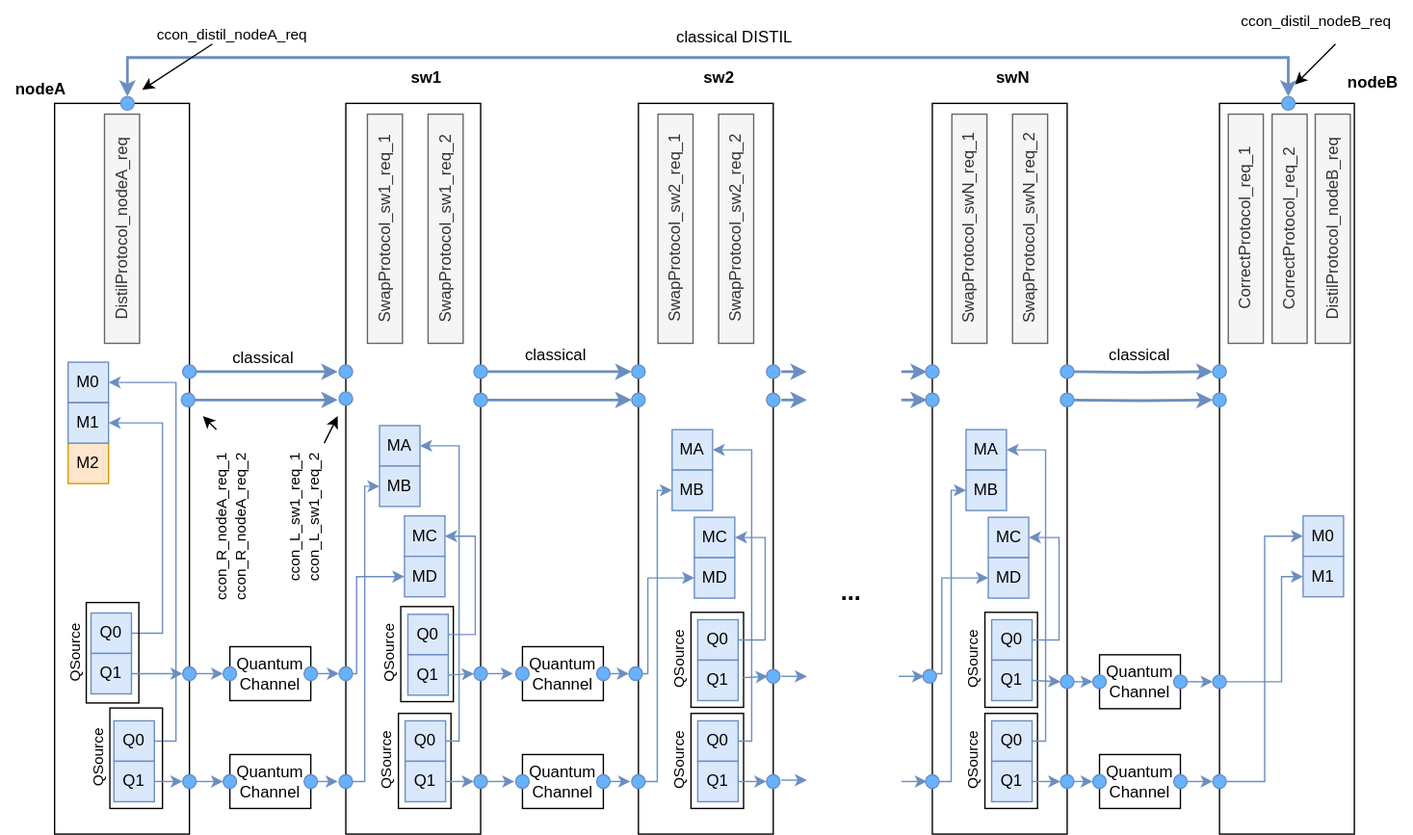
Above: Diagramas/Red/tec-path_con_distil.svg in davidpcuvigo/quantumcity (draw.io), before the change. Source tidied: cells renumbered, new cells last; positions are measured from the earlier drawing's top-left corner, leaving out a move shared by most shapes.
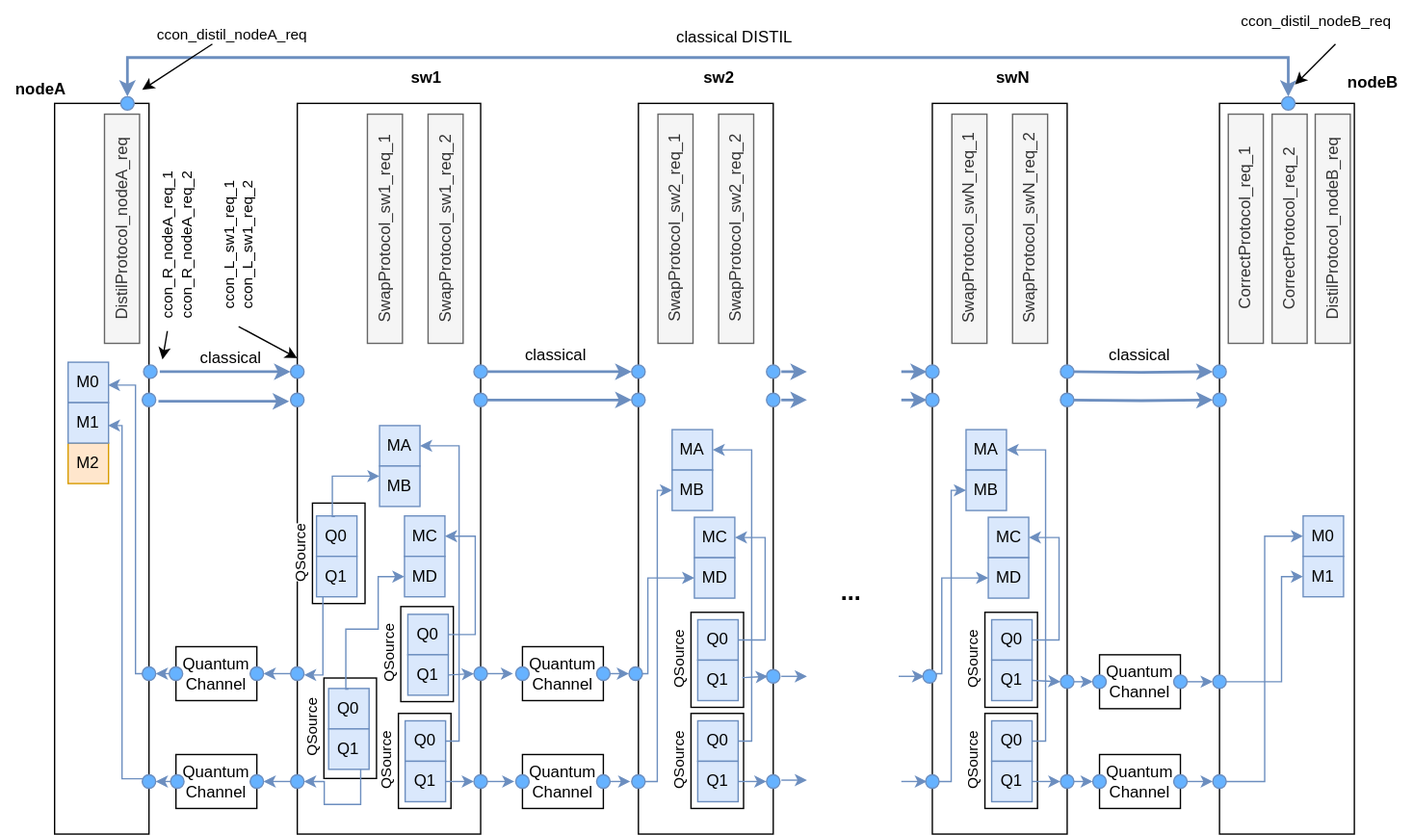
After the commit.

What changed in the source:
```diff
@@ -5,3 +5,3 @@
     <mxCell id="2" style="rounded=0;whiteSpace=wrap;html=1;" parent="1" vertex="1">
-      <mxGeometry x="40" y="76" width="100" height="542" as="geometry" />
+      <mxGeometry x="40" y="76" width="70" height="542" as="geometry" />
     </mxCell>
@@ -19,52 +19,19 @@
     </mxCell>
-    <mxCell id="7" style="edgeStyle=orthogonalEdgeStyle;rounded=0;jettySize=auto;html=1;exitX=1;exitY=0.5;exitDx=0;exitDy=0;entryX=1;entryY=0.5;entryDx=0;entryDy=0;fillColor=#dae8fc;strokeColor=#6c8ebf;" parent="1" edge="1" source="8" target="5">
-      <mxGeometry relative="1" as="geometry">
-        <Array as="points">
-          <mxPoint x="130" y="549" />
-          <mxPoint x="130" y="283" />
-        </Array>
-      </mxGeometry>
-    </mxCell>
-    <mxCell id="8" value="Q0" style="rounded=0;whiteSpace=wrap;html=1;fillColor=#dae8fc;strokeColor=#6c8ebf;" parent="1" vertex="1">
-      <mxGeometry x="84" y="534" width="30" height="30" as="geometry" />
-    </mxCell>
-    <mxCell id="9" value="&lt;div&gt;&lt;font style=&quot;font-size: 11px;&quot;&gt;QSource&lt;/font&gt;&lt;br&gt;&lt;/div&gt;" style="rounded=0;whiteSpace=wrap;html=1;rotation=-90;fillColor=none;labelPosition=center;verticalLabelPosition=top;align=center;verticalAlign=bottom;labelBackgroundColor=default;" parent="1" vertex="1">
-      <mxGeometry x="63.2" y="542.2" width="74.5" height="39" as="geometry" />
-    </mxCell>
-    <mxCell id="10" style="edgeStyle=orthogonalEdgeStyle;rounded=0;jettySize=auto;html=1;exitX=1;exitY=0.5;exitDx=0;exitDy=0;entryX=0;entryY=0.5;entryDx=0;entryDy=0;fillColor=#dae8fc;strokeColor=#6c8ebf;" parent="1" edge="1" source="11" target="13">
-      <mxGeometry relative="1" as="geometry" />
-    </mxCell>
-    <mxCell id="11" value="Q1" style="rounded=0;whiteSpace=wrap;html=1;fillColor=#dae8fc;strokeColor=#6c8ebf;" parent="1" vertex="1">
-      <mxGeometry x="84" y="564" width="30" height="30" as="geometry" />
-    </mxCell>
-    <mxCell id="12" style="edgeStyle=orthogonalEdgeStyle;rounded=0;jettySize=auto;html=1;exitX=1;exitY=0.5;exitDx=0;exitDy=0;entryX=0;entryY=0.5;entryDx=0;entryDy=0;fillColor=#dae8fc;strokeColor=#6c8ebf;" parent="1" edge="1" source="13" target="17">
+    <mxCell id="12" style="edgeStyle=orthogonalEdgeStyle;rounded=0;jettySize=auto;html=1;exitX=1;exitY=0.5;exitDx=0;exitDy=0;entryX=0;entryY=0.5;entryDx=0;entryDy=0;fillColor=#dae8fc;strokeColor=#6c8ebf;startArrow=classic;startFill=1;endArrow=none;endFill=0;" parent="1" edge="1" source="13" target="17">
       <mxGeometry relative="1" as="geometry" />
     </mxCell>
-    <mxCell id="13" style="ellipse;whiteSpace=wrap;html=1;fillColor=#66B2FF;strokeColor=#6c8ebf;" parent="1" vertex="1">
-      <mxGeometry x="135" y="574" width="10" height="10" as="geometry" />
-    </mxCell>
-    <mxCell id="14" style="edgeStyle=orthogonalEdgeStyle;rounded=0;jettySize=auto;html=1;exitX=1;exitY=0.5;exitDx=0;exitDy=0;fillColor=#dae8fc;strokeColor=#6c8ebf;strokeWidth=2;" parent="1" edge="1" source="15">
-      <mxGeometry relative="1" as="geometry">
-        <mxPoint x="250" y="275" as="targetPoint" />
-      </mxGeometry>
-    </mxCell>
     <mxCell id="15" style="ellipse;whiteSpace=wrap;html=1;fillColor=#66B2FF;strokeColor=#6c8ebf;" parent="1" vertex="1">
-      <mxGeometry x="135" y="270" width="10" height="10" as="geometry" />
+      <mxGeometry x="106" y="270" width="10" height="10" as="geometry" />
     </mxCell>
     <mxCell id="16" value="Quantum&lt;div&gt;Channel&lt;/div&gt;" style="rounded=0;whiteSpace=wrap;html=1;" parent="1" vertex="1">
-      <mxGeometry x="170" y="559" width="60" height="40" as="geometry" />
+      <mxGeometry x="130" y="559" width="60" height="40" as="geometry" />
     </mxCell>
     <mxCell id="17" style="ellipse;whiteSpace=wrap;html=1;fillColor=#66B2FF;strokeColor=#6c8ebf;" parent="1" vertex="1">
-      <mxGeometry x="165" y="574" width="10" height="10" as="geometry" />
+      <mxGeometry x="126" y="574" width="10" height="10" as="geometry" />
     </mxCell>
-    <mxCell id="18" style="edgeStyle=orthogonalEdgeStyle;rounded=0;jettySize=auto;html=1;exitX=1;exitY=0.5;exitDx=0;exitDy=0;fillColor=#dae8fc;strokeColor=#6c8ebf;" parent="1" edge="1" source="19">
-      <mxGeometry relative="1" as="geometry">
-        <mxPoint x="250" y="579" as="targetPoint" />
-      </mxGeometry>
-    </mxCell>
     <mxCell id="19" style="ellipse;whiteSpace=wrap;html=1;fillColor=#66B2FF;strokeColor=#6c8ebf;" parent="1" vertex="1">
-      <mxGeometry x="225" y="574" width="10" height="10" as="geometry" />
+      <mxGeometry x="185" y="574" width="10" height="10" as="geometry" />
     </mxCell>
     <mxCell id="20" style="rounded=0;whiteSpace=wrap;html=1;" parent="1" vertex="1">
-      <mxGeometry x="256" y="76" width="100" height="542" as="geometry" />
+      <mxGeometry x="220" y="76" width="136" height="542" as="geometry" />
     </mxCell>
@@ -113,15 +80,7 @@
     </mxCell>
-    <mxCell id="33" style="edgeStyle=orthogonalEdgeStyle;rounded=0;jettySize=auto;html=1;exitX=1;exitY=0.5;exitDx=0;exitDy=0;entryX=0;entryY=0.5;entryDx=0;entryDy=0;fillColor=#dae8fc;strokeColor=#6c8ebf;" parent="1" edge="1" source="34" target="23">
-      <mxGeometry relative="1" as="geometry">
-        <Array as="points">
-          <mxPoint x="270" y="579" />
-          <mxPoint x="270" y="360" />
-        </Array>
-      </mxGeometry>
-    </mxCell>
     <mxCell id="34" style="ellipse;whiteSpace=wrap;html=1;fillColor=#66B2FF;strokeColor=#6c8ebf;" parent="1" vertex="1">
-      <mxGeometry x="251" y="574" width="10" height="10" as="geometry" />
+      <mxGeometry x="215" y="574" width="10" height="10" as="geometry" />
     </mxCell>
     <mxCell id="35" style="ellipse;whiteSpace=wrap;html=1;fillColor=#66B2FF;strokeColor=#6c8ebf;" parent="1" vertex="1">
-      <mxGeometry x="251" y="270" width="10" height="10" as="geometry" />
+      <mxGeometry x="215" y="270" width="10" height="10" as="geometry" />
     </mxCell>
@@ -247,3 +206,3 @@
     <mxCell id="69" value="classical" style="text;html=1;align=center;verticalAlign=middle;whiteSpace=wrap;rounded=0;" parent="1" vertex="1">
-      <mxGeometry x="165" y="250" width="60" height="30" as="geometry" />
+      <mxGeometry x="140.8" y="250" width="60" height="30" as="geometry" />
     </mxCell>
@@ -256,78 +215,45 @@
     <mxCell id="72" value="ccon_L_sw1_req_1&lt;div&gt;ccon_L_sw1_req_2&lt;br&gt;&lt;/div&gt;" style="text;html=1;align=center;verticalAlign=middle;whiteSpace=wrap;rounded=0;fontSize=11;rotation=-90;" parent="1" vertex="1">
-      <mxGeometry x="165" y="368" width="121" height="30" as="geometry" />
+      <mxGeometry x="116" y="166" width="121" height="30" as="geometry" />
     </mxCell>
     <mxCell id="73" value="ccon_R_nodeA_req_1&lt;div&gt;ccon_R_nodeA_req_2&lt;br&gt;&lt;/div&gt;" style="text;html=1;align=center;verticalAlign=middle;whiteSpace=wrap;rounded=0;fontSize=11;rotation=-90;" parent="1" vertex="1">
-      <mxGeometry x="107.2" y="375" width="127.8" height="30" as="geometry" />
+      <mxGeometry x="67.2" y="166" width="127.8" height="30" as="geometry" />
     </mxCell>
-    <mxCell id="74" style="endArrow=classic;html=1;rounded=0;" parent="1" edge="1">
+    <mxCell id="74" style="endArrow=classic;html=1;rounded=0;exitX=0;exitY=0.25;exitDx=0;exitDy=0;" parent="1" edge="1" source="73">
       <mxGeometry relative="1" as="geometry">
-        <mxPoint x="160" y="318" as="sourcePoint" />
-        <mxPoint x="150" y="308" as="targetPoint" />
+        <mxPoint x="120" y="266" as="targetPoint" />
       </mxGeometry>
     </mxCell>
-    <mxCell id="75" style="endArrow=classic;html=1;rounded=0;" parent="1" edge="1">
+    <mxCell id="75" style="endArrow=classic;html=1;rounded=0;exitX=0;exitY=0.5;exitDx=0;exitDy=0;" parent="1" edge="1" source="72">
       <mxGeometry relative="1" as="geometry">
-        <mxPoint x="240" y="328" as="sourcePoint" />
-        <mxPoint x="250" y="308" as="targetPoint" />
+        <mxPoint x="220" y="265" as="targetPoint" />
       </mxGeometry>
     </mxCell>
-    <mxCell id="76" style="edgeStyle=orthogonalEdgeStyle;rounded=0;jettySize=auto;html=1;exitX=1;exitY=0.5;exitDx=0;exitDy=0;entryX=1;entryY=0.5;entryDx=0;entryDy=0;fillColor=#dae8fc;strokeColor=#6c8ebf;" parent="1" edge="1" source="77" target="6">
-      <mxGeometry relative="1" as="geometry">
-        <Array as="points">
-          <mxPoint x="120" y="469" />
-          <mxPoint x="120" y="313" />
-        </Array>
-      </mxGeometry>
-    </mxCell>
     <mxCell id="77" value="Q0" style="rounded=0;whiteSpace=wrap;html=1;fillColor=#dae8fc;strokeColor=#6c8ebf;" parent="1" vertex="1">
-      <mxGeometry x="67" y="454" width="30" height="30" as="geometry" />
+      <mxGeometry x="243.2" y="510" width="30" height="30" as="geometry" />
     </mxCell>
     <mxCell id="78" value="&lt;div&gt;&lt;font style=&quot;font-size: 11px;&quot;&gt;QSource&lt;/font&gt;&lt;br&gt;&lt;/div&gt;" style="rounded=0;whiteSpace=wrap;html=1;rotation=-90;fillColor=none;labelPosition=center;verticalLabelPosition=top;align=center;verticalAlign=bottom;labelBackgroundColor=default;" parent="1" vertex="1">
-      <mxGeometry x="45.8" y="464" width="74.5" height="39" as="geometry" />
+      <mxGeometry x="222" y="520" width="74.5" height="39" as="geometry" />
     </mxCell>
-    <mxCell id="79" style="edgeStyle=orthogonalEdgeStyle;rounded=0;jettySize=auto;html=1;exitX=1;exitY=0.5;exitDx=0;exitDy=0;entryX=0;entryY=0.5;entryDx=0;entryDy=0;fillColor=#dae8fc;strokeColor=#6c8ebf;" parent="1" edge="1" source="80" target="82">
-      <mxGeometry relative="1" as="geometry" />
-    </mxCell>
-    <mxCell id="80" value="Q1" style="rounded=0;whiteSpace=wrap;html=1;fillColor=#dae8fc;strokeColor=#6c8ebf;" parent="1" vertex="1">
-      <mxGeometry x="67" y="484" width="30" height="30" as="geometry" />
-    </mxCell>
-    <mxCell id="81" style="edgeStyle=orthogonalEdgeStyle;rounded=0;jettySize=auto;html=1;exitX=1;exitY=0.5;exitDx=0;exitDy=0;entryX=0;entryY=0.5;entryDx=0;entryDy=0;fillColor=#dae8fc;strokeColor=#6c8ebf;" parent="1" edge="1" source="82" target="84">
+    <mxCell id="81" style="edgeStyle=orthogonalEdgeStyle;rounded=0;jettySize=auto;html=1;exitX=1;exitY=0.5;exitDx=0;exitDy=0;entryX=0;entryY=0.5;entryDx=0;entryDy=0;fillColor=#dae8fc;strokeColor=#6c8ebf;startArrow=classic;startFill=1;endArrow=none;endFill=0;" parent="1" edge="1" source="82" target="84">
       <mxGeometry relative="1" as="geometry" />
     </mxCell>
-    <mxCell id="82" style="ellipse;whiteSpace=wrap;html=1;fillColor=#66B2FF;strokeColor=#6c8ebf;" parent="1" vertex="1">
-      <mxGeometry x="135" y="494" width="10" height="10" as="geometry" />
-    </mxCell>
     <mxCell id="83" value="Quantum&lt;div&gt;Channel&lt;/div&gt;" style="rounded=0;whiteSpace=wrap;html=1;" parent="1" vertex="1">
-      <mxGeometry x="170" y="479" width="60" height="40" as="geometry" />
+      <mxGeometry x="130" y="479" width="60" height="40" as="geometry" />
     </mxCell>
     <mxCell id="84" style="ellipse;whiteSpace=wrap;html=1;fillColor=#66B2FF;strokeColor=#6c8ebf;" parent="1" vertex="1">
-      <mxGeometry x="165" y="494" width="10" height="10" as="geometry" />
+      <mxGeometry x="125" y="494" width="10" height="10" as="geometry" />
     </mxCell>
-    <mxCell id="85" style="edgeStyle=orthogonalEdgeStyle;rounded=0;jettySize=auto;html=1;exitX=1;exitY=0.5;exitDx=0;exitDy=0;entryX=0;entryY=0.5;entryDx=0;entryDy=0;fillColor=#dae8fc;strokeColor=#6c8ebf;" parent="1" edge="1" target="87">
+    <mxCell id="85" style="edgeStyle=orthogonalEdgeStyle;rounded=0;jettySize=auto;html=1;exitX=1;exitY=0.5;exitDx=0;exitDy=0;entryX=0;entryY=0.5;entryDx=0;entryDy=0;fillColor=#dae8fc;strokeColor=#6c8ebf;startArrow=classic;startFill=1;endArrow=none;endFill=0;" parent="1" edge="1" target="87">
       <mxGeometry relative="1" as="geometry">
-        <mxPoint x="235" y="499" as="sourcePoint" />
+        <mxPoint x="195" y="499" as="sourcePoint" />
       </mxGeometry>
     </mxCell>
-    <mxCell id="86" style="edgeStyle=orthogonalEdgeStyle;rounded=0;jettySize=auto;html=1;exitX=1;exitY=0.5;exitDx=0;exitDy=0;entryX=0;entryY=0.5;entryDx=0;entryDy=0;fillColor=#dae8fc;strokeColor=#6c8ebf;" parent="1" edge="1" target="92">
-      <mxGeometry relative="1" as="geometry">
-        <mxPoint x="255" y="499" as="sourcePoint" />
-        <Array as="points">
-          <mxPoint x="264" y="499" />
-          <mxPoint x="264" y="427" />
-        </Array>
-      </mxGeometry>
-    </mxCell>
     <mxCell id="87" style="ellipse;whiteSpace=wrap;html=1;fillColor=#66B2FF;strokeColor=#6c8ebf;" parent="1" vertex="1">
-      <mxGeometry x="251" y="494" width="10" height="10" as="geometry" />
+      <mxGeometry x="215" y="494" width="10" height="10" as="geometry" />
     </mxCell>
-    <mxCell id="88" style="edgeStyle=orthogonalEdgeStyle;rounded=0;jettySize=auto;html=1;exitX=1;exitY=0.5;exitDx=0;exitDy=0;fillColor=#dae8fc;strokeColor=#6c8ebf;strokeWidth=2;" parent="1" edge="1" source="89">
-      <mxGeometry relative="1" as="geometry">
-        <mxPoint x="250" y="296" as="targetPoint" />
-      </mxGeometry>
-    </mxCell>
     <mxCell id="89" style="ellipse;whiteSpace=wrap;html=1;fillColor=#66B2FF;strokeColor=#6c8ebf;" parent="1" vertex="1">
-      <mxGeometry x="134" y="291" width="10" height="10" as="geometry" />
+      <mxGeometry x="105" y="291" width="10" height="10" as="geometry" />
     </mxCell>
     <mxCell id="90" style="ellipse;whiteSpace=wrap;html=1;fillColor=#66B2FF;strokeColor=#6c8ebf;" parent="1" vertex="1">
-      <mxGeometry x="251" y="290" width="10" height="10" as="geometry" />
+      <mxGeometry x="215" y="291" width="10" height="10" as="geometry" />
     </mxCell>
@@ -626,3 +552,3 @@
     <mxCell id="168" style="ellipse;whiteSpace=wrap;html=1;fillColor=#66B2FF;strokeColor=#6c8ebf;" parent="1" vertex="1">
-      <mxGeometry x="225" y="494" width="10" height="10" as="geometry" />
+      <mxGeometry x="185" y="494" width="10" height="10" as="geometry" />
     </mxCell>
@@ -658,2 +584,97 @@
     </mxCell>
+    <mxCell id="14" style="edgeStyle=orthogonalEdgeStyle;rounded=0;orthogonalLoop=1;jettySize=auto;html=1;exitX=1;exitY=0.5;exitDx=0;exitDy=0;fillColor=#dae8fc;strokeColor=#6c8ebf;strokeWidth=2;" parent="1" edge="1">
+      <mxGeometry relative="1" as="geometry">
+        <mxPoint x="118" y="275" as="sourcePoint" />
+        <mxPoint x="215" y="275" as="targetPoint" />
+      </mxGeometry>
+    </mxCell>
+    <mxCell id="179" style="edgeStyle=orthogonalEdgeStyle;rounded=0;orthogonalLoop=1;jettySize=auto;html=1;exitX=1;exitY=0.5;exitDx=0;exitDy=0;entryX=0;entryY=0.5;entryDx=0;entryDy=0;fillColor=#dae8fc;strokeColor=#6c8ebf;startArrow=classic;startFill=1;endArrow=none;endFill=0;" parent="1" edge="1">
+      <mxGeometry relative="1" as="geometry">
+        <mxPoint x="195" y="579" as="sourcePoint" />
+        <mxPoint x="215" y="579" as="targetPoint" />
+      </mxGeometry>
+    </mxCell>
+    <mxCell id="180" style="edgeStyle=orthogonalEdgeStyle;rounded=0;orthogonalLoop=1;jettySize=auto;html=1;exitX=1;exitY=0.5;exitDx=0;exitDy=0;fillColor=#dae8fc;strokeColor=#6c8ebf;strokeWidth=2;" parent="1" edge="1">
+      <mxGeometry relative="1" as="geometry">
+        <mxPoint x="117" y="297" as="sourcePoint" />
+        <mxPoint x="214" y="297" as="targetPoint" />
+      </mxGeometry>
+    </mxCell>
+    <mxCell id="181" style="edgeStyle=orthogonalEdgeStyle;rounded=0;orthogonalLoop=1;jettySize=auto;html=1;entryX=1;entryY=0.5;entryDx=0;entryDy=0;fillColor=#dae8fc;strokeColor=#6c8ebf;" parent="1" edge="1">
+      <mxGeometry relative="1" as="geometry">
+        <mxPoint x="108.5" y="499" as="sourcePoint" />
+        <mxPoint x="79.5" y="284.9" as="targetPoint" />
+        <Array as="points">
+          <mxPoint x="100" y="499" />
+          <mxPoint x="100" y="285" />
+        </Array>
+      </mxGeometry>
+    </mxCell>
+    <mxCell id="182" style="edgeStyle=orthogonalEdgeStyle;rounded=0;orthogonalLoop=1;jettySize=auto;html=1;entryX=1;entryY=0.5;entryDx=0;entryDy=0;fillColor=#dae8fc;strokeColor=#6c8ebf;" parent="1" edge="1">
+      <mxGeometry relative="1" as="geometry">
+        <mxPoint x="109" y="577" as="sourcePoint" />
+        <mxPoint x="79.5" y="314.9" as="targetPoint" />
+        <Array as="points">
+          <mxPoint x="90" y="577" />
+          <mxPoint x="90" y="315" />
+        </Array>
+      </mxGeometry>
+    </mxCell>
+    <mxCell id="82" style="ellipse;whiteSpace=wrap;html=1;fillColor=#66B2FF;strokeColor=#6c8ebf;" parent="1" vertex="1">
+      <mxGeometry x="105" y="494" width="10" height="10" as="geometry" />
+    </mxCell>
+    <mxCell id="13" style="ellipse;whiteSpace=wrap;html=1;fillColor=#66B2FF;strokeColor=#6c8ebf;" parent="1" vertex="1">
+      <mxGeometry x="105" y="574" width="10" height="10" as="geometry" />
+    </mxCell>
+    <mxCell id="8" value="Q0" style="rounded=0;whiteSpace=wrap;html=1;fillColor=#dae8fc;strokeColor=#6c8ebf;" parent="1" vertex="1">
+      <mxGeometry x="234.2" y="382" width="30" height="30" as="geometry" />
+    </mxCell>
+    <mxCell id="9" value="&lt;div&gt;&lt;font style=&quot;font-size: 11px;&quot;&gt;QSource&lt;/font&gt;&lt;br&gt;&lt;/div&gt;" style="rounded=0;whiteSpace=wrap;html=1;rotation=-90;fillColor=none;labelPosition=center;verticalLabelPosition=top;align=center;verticalAlign=bottom;labelBackgroundColor=default;" parent="1" vertex="1">
+      <mxGeometry x="213.5" y="390.2" width="74.5" height="39" as="geometry" />
+    </mxCell>
+    <mxCell id="183" style="edgeStyle=orthogonalEdgeStyle;rounded=0;jettySize=auto;html=1;entryX=0;entryY=0.25;entryDx=0;entryDy=0;fillColor=#dae8fc;strokeColor=#6c8ebf;" parent="1" edge="1" target="23">
+      <mxGeometry relative="1" as="geometry">
+        <mxPoint x="247.9" y="382.5" as="sourcePoint" />
+        <Array as="points">
+          <mxPoint x="246" y="383" />
+          <mxPoint x="246" y="353" />
+        </Array>
+      </mxGeometry>
+    </mxCell>
+    <mxCell id="184" style="edgeStyle=orthogonalEdgeStyle;rounded=0;jettySize=auto;html=1;entryX=0;entryY=0.5;entryDx=0;entryDy=0;fillColor=#dae8fc;strokeColor=#6c8ebf;" parent="1" edge="1" target="92">
+      <mxGeometry relative="1" as="geometry">
+        <mxPoint x="257.9" y="510.5" as="sourcePoint" />
+        <Array as="points">
+          <mxPoint x="256" y="511" />
+          <mxPoint x="256" y="466" />
+          <mxPoint x="280" y="466" />
+          <mxPoint x="280" y="427" />
+        </Array>
+      </mxGeometry>
+    </mxCell>
+    <mxCell id="185" style="edgeStyle=orthogonalEdgeStyle;rounded=0;orthogonalLoop=1;jettySize=auto;html=1;fillColor=#dae8fc;strokeColor=#6c8ebf;" parent="1" edge="1">
+      <mxGeometry relative="1" as="geometry">
+        <mxPoint x="239" y="446" as="sourcePoint" />
+        <mxPoint x="225" y="500" as="targetPoint" />
+        <Array as="points">
+          <mxPoint x="239" y="440" />
+          <mxPoint x="239" y="504" />
+        </Array>
+      </mxGeometry>
+    </mxCell>
+    <mxCell id="11" value="Q1" style="rounded=0;whiteSpace=wrap;html=1;fillColor=#dae8fc;strokeColor=#6c8ebf;" parent="1" vertex="1">
+      <mxGeometry x="234.2" y="412" width="30" height="30" as="geometry" />
+    </mxCell>
+    <mxCell id="186" style="edgeStyle=orthogonalEdgeStyle;rounded=0;jettySize=auto;html=1;fillColor=#dae8fc;strokeColor=#6c8ebf;entryX=1;entryY=0.5;entryDx=0;entryDy=0;exitX=0.792;exitY=0.867;exitDx=0;exitDy=0;exitPerimeter=0;" parent="1" edge="1" source="80" target="34">
+      <mxGeometry relative="1" as="geometry">
+        <Array as="points">
+          <mxPoint x="267" y="596" />
+          <mxPoint x="240" y="596" />
+          <mxPoint x="240" y="579" />
+        </Array>
+      </mxGeometry>
+    </mxCell>
+    <mxCell id="80" value="Q1" style="rounded=0;whiteSpace=wrap;html=1;fillColor=#dae8fc;strokeColor=#6c8ebf;" parent="1" vertex="1">
+      <mxGeometry x="243.2" y="540" width="30" height="30" as="geometry" />
+    </mxCell>
   </root>
```
